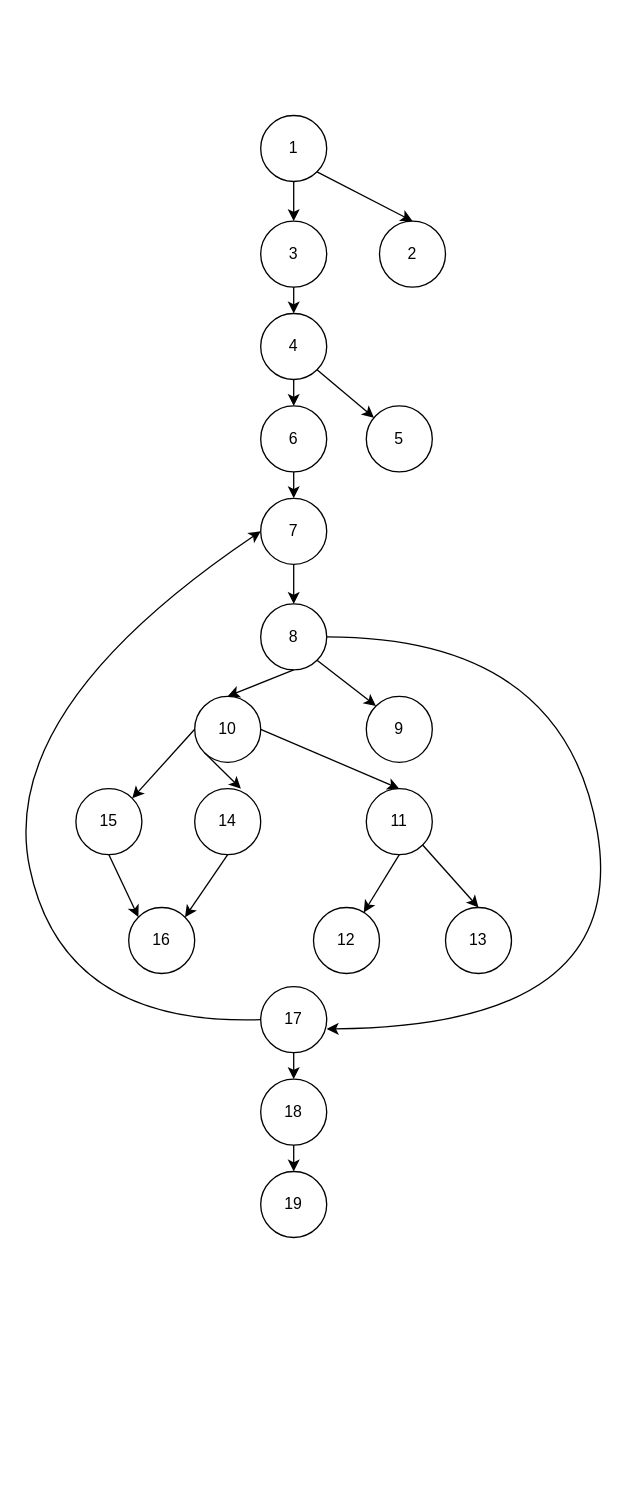
This is CFG_java.drawio from AnitaNikolovska/SI_2022_lab2_151163, a draw.io file, before an edit. Source tidied: cells renumbered, new cells numbered last; positions are measured from the earlier drawing's top-left corner, leaving out a move shared by most shapes. Both pictures are drawn from the tidied source at 132%, with x=0, y=0 at pixel (-4, 115).
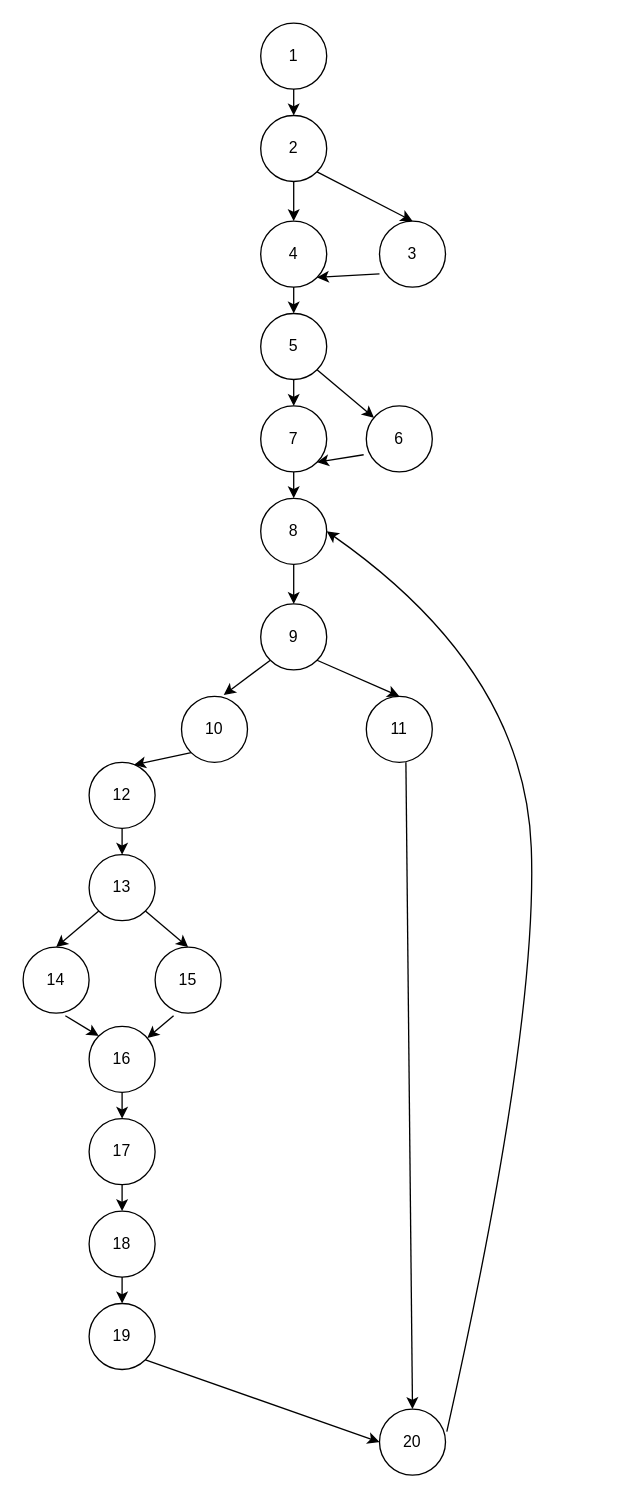
After the change.

What changed in the source:
```diff
@@
-    <mxCell id="2" value="1" style="ellipse;whiteSpace=wrap;html=1;" parent="1" vertex="1">
+    <mxCell id="2" value="2" style="ellipse;whiteSpace=wrap;html=1;" parent="1" vertex="1">
       <mxGeometry x="200" width="50" height="50" as="geometry" />
     </mxCell>
-    <mxCell id="3" value="2" style="ellipse;whiteSpace=wrap;html=1;" parent="1" vertex="1">
+    <mxCell id="3" value="3" style="ellipse;whiteSpace=wrap;html=1;" parent="1" vertex="1">
       <mxGeometry x="290" y="80" width="50" height="50" as="geometry" />
     </mxCell>
@@
-    <mxCell id="5" value="3" style="ellipse;whiteSpace=wrap;html=1;" parent="1" vertex="1">
+    <mxCell id="5" value="4" style="ellipse;whiteSpace=wrap;html=1;" parent="1" vertex="1">
       <mxGeometry x="200" y="80" width="50" height="50" as="geometry" />
     </mxCell>
@@
-    <mxCell id="7" value="4" style="ellipse;whiteSpace=wrap;html=1;" parent="1" vertex="1">
+    <mxCell id="7" value="5" style="ellipse;whiteSpace=wrap;html=1;" parent="1" vertex="1">
       <mxGeometry x="200" y="150" width="50" height="50" as="geometry" />
     </mxCell>
@@
-    <mxCell id="9" value="5" style="ellipse;whiteSpace=wrap;html=1;" parent="1" vertex="1">
+    <mxCell id="9" value="6" style="ellipse;whiteSpace=wrap;html=1;" parent="1" vertex="1">
       <mxGeometry x="280" y="220" width="50" height="50" as="geometry" />
     </mxCell>
@@
-    <mxCell id="11" value="6" style="ellipse;whiteSpace=wrap;html=1;" parent="1" vertex="1">
+    <mxCell id="11" value="7" style="ellipse;whiteSpace=wrap;html=1;" parent="1" vertex="1">
       <mxGeometry x="200" y="220" width="50" height="50" as="geometry" />
     </mxCell>
@@
-    <mxCell id="13" value="7" style="ellipse;whiteSpace=wrap;html=1;" parent="1" vertex="1">
+    <mxCell id="13" value="8" style="ellipse;whiteSpace=wrap;html=1;" parent="1" vertex="1">
       <mxGeometry x="200" y="290" width="50" height="50" as="geometry" />
     </mxCell>
@@
-    <mxCell id="15" value="8" style="ellipse;whiteSpace=wrap;html=1;" parent="1" vertex="1">
+    <mxCell id="15" value="9" style="ellipse;whiteSpace=wrap;html=1;" parent="1" vertex="1">
       <mxGeometry x="200" y="370" width="50" height="50" as="geometry" />
     </mxCell>
@@
-    <mxCell id="17" value="9" style="ellipse;whiteSpace=wrap;html=1;" parent="1" vertex="1">
-      <mxGeometry x="280" y="440" width="50" height="50" as="geometry" />
-    </mxCell>
-    <mxCell id="18" style="endArrow=classic;html=1;rounded=0;exitX=1;exitY=1;exitDx=0;exitDy=0;entryX=0;entryY=0;entryDx=0;entryDy=0;" parent="1" edge="1" source="15" target="17">
-      <mxGeometry relative="1" as="geometry" />
-    </mxCell>
+    <mxCell id="41" value="1" style="ellipse;whiteSpace=wrap;html=1;" parent="1" vertex="1">
+      <mxGeometry x="200" y="-70" width="50" height="50" as="geometry" />
+    </mxCell>
+    <mxCell id="42" style="endArrow=classic;html=1;rounded=0;exitX=0.5;exitY=1;exitDx=0;exitDy=0;entryX=0.5;entryY=0;entryDx=0;entryDy=0;" parent="1" edge="1" source="41" target="2">
+      <mxGeometry relative="1" as="geometry" />
+    </mxCell>
+    <mxCell id="43" style="endArrow=classic;html=1;rounded=0;entryX=1;entryY=1;entryDx=0;entryDy=0;" parent="1" edge="1" target="5">
+      <mxGeometry relative="1" as="geometry">
+        <mxPoint x="290" y="120" as="sourcePoint" />
+      </mxGeometry>
+    </mxCell>
+    <mxCell id="44" style="endArrow=classic;html=1;rounded=0;exitX=-0.04;exitY=0.74;exitDx=0;exitDy=0;exitPerimeter=0;entryX=1;entryY=1;entryDx=0;entryDy=0;" parent="1" edge="1" source="9" target="11">
+      <mxGeometry relative="1" as="geometry" />
+    </mxCell>
     <mxCell id="19" value="10" style="ellipse;whiteSpace=wrap;html=1;" parent="1" vertex="1">
-      <mxGeometry x="150" y="440" width="50" height="50" as="geometry" />
+      <mxGeometry x="140" y="440" width="50" height="50" as="geometry" />
     </mxCell>
-    <mxCell id="20" style="endArrow=classic;html=1;rounded=0;exitX=0.5;exitY=1;exitDx=0;exitDy=0;entryX=0.5;entryY=0;entryDx=0;entryDy=0;" parent="1" edge="1" source="15" target="19">
+    <mxCell id="20" style="endArrow=classic;html=1;rounded=0;exitX=0;exitY=1;exitDx=0;exitDy=0;entryX=0.64;entryY=-0.02;entryDx=0;entryDy=0;entryPerimeter=0;" parent="1" edge="1" source="15" target="19">
       <mxGeometry relative="1" as="geometry" />
     </mxCell>
     <mxCell id="21" value="11" style="ellipse;whiteSpace=wrap;html=1;" parent="1" vertex="1">
-      <mxGeometry x="280" y="510" width="50" height="50" as="geometry" />
+      <mxGeometry x="280" y="440" width="50" height="50" as="geometry" />
     </mxCell>
-    <mxCell id="22" style="endArrow=classic;html=1;rounded=0;exitX=1;exitY=0.5;exitDx=0;exitDy=0;entryX=0.5;entryY=0;entryDx=0;entryDy=0;" parent="1" edge="1" source="19" target="21">
-      <mxGeometry relative="1" as="geometry" />
-    </mxCell>
+    <mxCell id="45" style="endArrow=classic;html=1;rounded=0;exitX=1;exitY=1;exitDx=0;exitDy=0;entryX=0.5;entryY=0;entryDx=0;entryDy=0;" parent="1" edge="1" source="15" target="21">
+      <mxGeometry relative="1" as="geometry" />
+    </mxCell>
+    <mxCell id="46" value="20" style="ellipse;whiteSpace=wrap;html=1;" parent="1" vertex="1">
+      <mxGeometry x="290" y="980" width="50" height="50" as="geometry" />
+    </mxCell>
+    <mxCell id="47" style="endArrow=classic;html=1;rounded=0;entryX=0.5;entryY=0;entryDx=0;entryDy=0;" parent="1" edge="1" target="46">
+      <mxGeometry relative="1" as="geometry">
+        <mxPoint x="310" y="490" as="sourcePoint" />
+      </mxGeometry>
+    </mxCell>
+    <mxCell id="48" style="curved=1;endArrow=classic;html=1;rounded=0;exitX=1.02;exitY=0.34;exitDx=0;exitDy=0;exitPerimeter=0;entryX=1;entryY=0.5;entryDx=0;entryDy=0;" parent="1" edge="1" source="46" target="13">
+      <mxGeometry relative="1" as="geometry">
+        <Array as="points">
+          <mxPoint x="410" y="690" />
+          <mxPoint x="400" y="420" />
+        </Array>
+      </mxGeometry>
+    </mxCell>
     <mxCell id="23" value="12" style="ellipse;whiteSpace=wrap;html=1;" parent="1" vertex="1">
-      <mxGeometry x="240" y="600" width="50" height="50" as="geometry" />
+      <mxGeometry x="70" y="490" width="50" height="50" as="geometry" />
     </mxCell>
-    <mxCell id="24" style="endArrow=classic;html=1;rounded=0;exitX=0.5;exitY=1;exitDx=0;exitDy=0;" parent="1" edge="1" source="21" target="23">
-      <mxGeometry relative="1" as="geometry" />
-    </mxCell>
+    <mxCell id="49" style="endArrow=classic;html=1;rounded=0;exitX=0;exitY=1;exitDx=0;exitDy=0;entryX=0.68;entryY=0.04;entryDx=0;entryDy=0;entryPerimeter=0;" parent="1" edge="1" source="19" target="23">
+      <mxGeometry relative="1" as="geometry" />
+    </mxCell>
     <mxCell id="25" value="13" style="ellipse;whiteSpace=wrap;html=1;" parent="1" vertex="1">
-      <mxGeometry x="340" y="600" width="50" height="50" as="geometry" />
+      <mxGeometry x="70" y="560" width="50" height="50" as="geometry" />
     </mxCell>
-    <mxCell id="26" style="endArrow=classic;html=1;rounded=0;exitX=1;exitY=1;exitDx=0;exitDy=0;entryX=0.5;entryY=0;entryDx=0;entryDy=0;" parent="1" edge="1" source="21" target="25">
-      <mxGeometry relative="1" as="geometry" />
-    </mxCell>
+    <mxCell id="50" style="endArrow=classic;html=1;rounded=0;exitX=0.5;exitY=1;exitDx=0;exitDy=0;" parent="1" edge="1" source="23" target="25">
+      <mxGeometry relative="1" as="geometry" />
+    </mxCell>
     <mxCell id="27" value="14" style="ellipse;whiteSpace=wrap;html=1;" parent="1" vertex="1">
-      <mxGeometry x="150" y="510" width="50" height="50" as="geometry" />
+      <mxGeometry x="20" y="630" width="50" height="50" as="geometry" />
     </mxCell>
-    <mxCell id="28" style="endArrow=classic;html=1;rounded=0;exitX=0;exitY=1;exitDx=0;exitDy=0;entryX=0.7;entryY=0;entryDx=0;entryDy=0;entryPerimeter=0;" parent="1" edge="1" source="19" target="27">
-      <mxGeometry relative="1" as="geometry" />
-    </mxCell>
     <mxCell id="29" value="15" style="ellipse;whiteSpace=wrap;html=1;" parent="1" vertex="1">
-      <mxGeometry x="60" y="510" width="50" height="50" as="geometry" />
+      <mxGeometry x="120" y="630" width="50" height="50" as="geometry" />
     </mxCell>
-    <mxCell id="30" style="endArrow=classic;html=1;rounded=0;exitX=0;exitY=0.5;exitDx=0;exitDy=0;entryX=1;entryY=0;entryDx=0;entryDy=0;" parent="1" edge="1" source="19" target="29">
-      <mxGeometry relative="1" as="geometry" />
-    </mxCell>
+    <mxCell id="51" style="endArrow=classic;html=1;rounded=0;exitX=0;exitY=1;exitDx=0;exitDy=0;entryX=0.5;entryY=0;entryDx=0;entryDy=0;" parent="1" edge="1" source="25" target="27">
+      <mxGeometry relative="1" as="geometry" />
+    </mxCell>
+    <mxCell id="52" style="endArrow=classic;html=1;rounded=0;exitX=1;exitY=1;exitDx=0;exitDy=0;entryX=0.5;entryY=0;entryDx=0;entryDy=0;" parent="1" edge="1" source="25" target="29">
+      <mxGeometry relative="1" as="geometry" />
+    </mxCell>
     <mxCell id="31" value="16" style="ellipse;whiteSpace=wrap;html=1;" parent="1" vertex="1">
-      <mxGeometry x="100" y="600" width="50" height="50" as="geometry" />
+      <mxGeometry x="70" y="690" width="50" height="50" as="geometry" />
     </mxCell>
+    <mxCell id="34" value="17" style="ellipse;whiteSpace=wrap;html=1;" parent="1" vertex="1">
+      <mxGeometry x="70" y="760" width="50" height="50" as="geometry" />
+    </mxCell>
+    <mxCell id="33" style="endArrow=classic;html=1;rounded=0;entryX=0;entryY=0;entryDx=0;entryDy=0;exitX=0.64;exitY=1.04;exitDx=0;exitDy=0;exitPerimeter=0;" parent="1" edge="1" source="27" target="31">
+      <mxGeometry relative="1" as="geometry" />
+    </mxCell>
-    <mxCell id="32" style="endArrow=classic;html=1;rounded=0;entryX=0;entryY=0;entryDx=0;entryDy=0;exitX=0.5;exitY=1;exitDx=0;exitDy=0;" parent="1" edge="1" source="29" target="31">
+    <mxCell id="32" style="endArrow=classic;html=1;rounded=0;exitX=0.28;exitY=1.04;exitDx=0;exitDy=0;exitPerimeter=0;" parent="1" edge="1" source="29" target="31">
       <mxGeometry relative="1" as="geometry" />
     </mxCell>
-    <mxCell id="33" style="endArrow=classic;html=1;rounded=0;entryX=1;entryY=0;entryDx=0;entryDy=0;exitX=0.5;exitY=1;exitDx=0;exitDy=0;" parent="1" edge="1" source="27" target="31">
-      <mxGeometry relative="1" as="geometry" />
-    </mxCell>
-    <mxCell id="34" value="17" style="ellipse;whiteSpace=wrap;html=1;" parent="1" vertex="1">
-      <mxGeometry x="200" y="660" width="50" height="50" as="geometry" />
-    </mxCell>
-    <mxCell id="35" style="curved=1;endArrow=classic;html=1;rounded=0;exitX=1;exitY=0.5;exitDx=0;exitDy=0;entryX=1;entryY=0.64;entryDx=0;entryDy=0;entryPerimeter=0;" parent="1" edge="1" source="15" target="34">
-      <mxGeometry relative="1" as="geometry">
-        <Array as="points">
-          <mxPoint x="430" y="395" />
-          <mxPoint x="480" y="690" />
-        </Array>
-      </mxGeometry>
-    </mxCell>
+    <mxCell id="53" style="endArrow=classic;html=1;rounded=0;exitX=0.5;exitY=1;exitDx=0;exitDy=0;entryX=0.5;entryY=0;entryDx=0;entryDy=0;" parent="1" edge="1" source="31" target="34">
+      <mxGeometry relative="1" as="geometry" />
+    </mxCell>
     <mxCell id="36" value="18" style="ellipse;whiteSpace=wrap;html=1;" parent="1" vertex="1">
-      <mxGeometry x="200" y="730" width="50" height="50" as="geometry" />
+      <mxGeometry x="70" y="830" width="50" height="50" as="geometry" />
     </mxCell>
+    <mxCell id="38" style="endArrow=classic;html=1;rounded=0;exitX=0.5;exitY=1;exitDx=0;exitDy=0;" parent="1" edge="1" source="34" target="36">
+      <mxGeometry relative="1" as="geometry" />
+    </mxCell>
     <mxCell id="37" value="19" style="ellipse;whiteSpace=wrap;html=1;" parent="1" vertex="1">
-      <mxGeometry x="200" y="800" width="50" height="50" as="geometry" />
+      <mxGeometry x="70" y="900" width="50" height="50" as="geometry" />
     </mxCell>
-    <mxCell id="38" style="endArrow=classic;html=1;rounded=0;entryX=0.5;entryY=0;entryDx=0;entryDy=0;exitX=0.5;exitY=1;exitDx=0;exitDy=0;" parent="1" edge="1" source="34" target="36">
-      <mxGeometry relative="1" as="geometry" />
-    </mxCell>
-    <mxCell id="39" style="endArrow=classic;html=1;rounded=0;entryX=0.5;entryY=0;entryDx=0;entryDy=0;exitX=0.5;exitY=1;exitDx=0;exitDy=0;" parent="1" edge="1" source="36" target="37">
+    <mxCell id="39" style="endArrow=classic;html=1;rounded=0;exitX=0.5;exitY=1;exitDx=0;exitDy=0;entryX=0.5;entryY=0;entryDx=0;entryDy=0;" parent="1" edge="1" source="36" target="37">
       <mxGeometry relative="1" as="geometry" />
     </mxCell>
-    <mxCell id="40" style="curved=1;endArrow=classic;html=1;rounded=0;exitX=0;exitY=0.5;exitDx=0;exitDy=0;entryX=0;entryY=0.5;entryDx=0;entryDy=0;" parent="1" edge="1" source="34" target="13">
-      <mxGeometry relative="1" as="geometry">
-        <Array as="points">
-          <mxPoint x="50" y="690" />
-          <mxPoint y="450" />
-        </Array>
-      </mxGeometry>
-    </mxCell>
+    <mxCell id="54" style="endArrow=classic;html=1;rounded=0;exitX=1;exitY=1;exitDx=0;exitDy=0;entryX=0;entryY=0.5;entryDx=0;entryDy=0;" parent="1" edge="1" source="37" target="46">
+      <mxGeometry relative="1" as="geometry" />
+    </mxCell>
```
